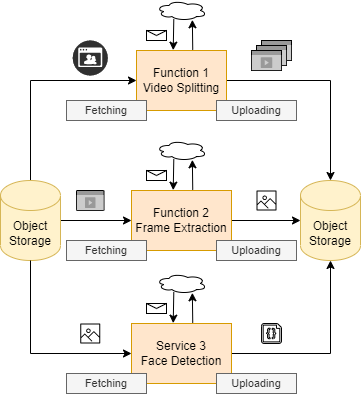
hpcclab/OaaS keeps this draw.io diagram as doc/diagrams/scn/scn_oaas.dio.png. Above is the earlier version. Source tidied: cells renumbered, new cells last; positions are measured from the earlier drawing's top-left corner, leaving out a move shared by most shapes.
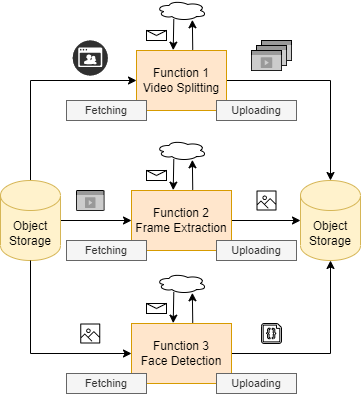
The same file after the commit.

Change to the diagram source:
```diff
@@ -57,7 +57,7 @@
     <mxCell id="18" style="edgeStyle=orthogonalEdgeStyle;rounded=0;jettySize=auto;html=1;entryX=0.5;entryY=1;entryDx=0;entryDy=0;entryPerimeter=0;" parent="1" edge="1" source="19" target="15">
       <mxGeometry relative="1" as="geometry" />
     </mxCell>
-    <mxCell id="19" value="Service 3&lt;br&gt;Face Detection" style="rounded=0;whiteSpace=wrap;html=1;fillColor=#ffe6cc;strokeColor=#d79b00;" parent="1" vertex="1">
+    <mxCell id="19" value="Function 3&lt;br&gt;Face Detection" style="rounded=0;whiteSpace=wrap;html=1;fillColor=#ffe6cc;strokeColor=#d79b00;" parent="1" vertex="1">
       <mxGeometry x="131" y="323" width="100" height="60" as="geometry" />
     </mxCell>
     <mxCell id="20" style="edgeStyle=orthogonalEdgeStyle;rounded=0;jettySize=auto;html=1;entryX=0;entryY=0.5;entryDx=0;entryDy=0;exitX=0.5;exitY=1;exitDx=0;exitDy=0;exitPerimeter=0;" parent="1" edge="1" source="14" target="19">
```
